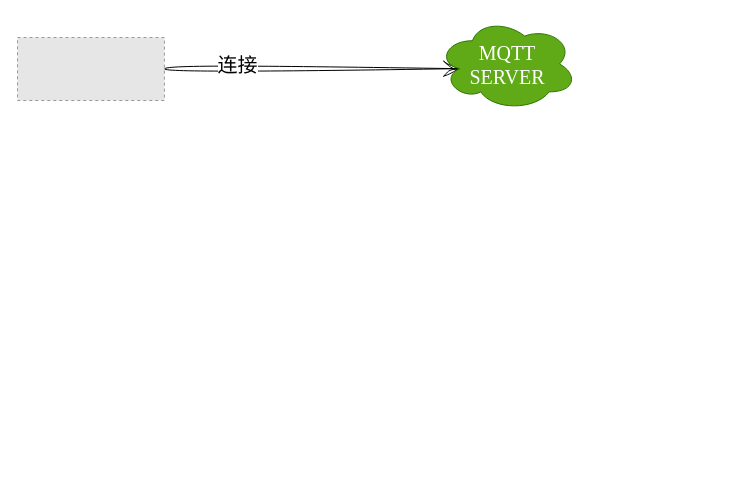
raingnight/Blog_Pic keeps this draw.io diagram as page "第 1 页" (1 of 3) of drawio/mqtt-auth.drawio. Above is the earlier version. Source tidied: cells renumbered, new cells numbered last; positions are measured from the earlier drawing's top-left corner, leaving out a move shared by most shapes. Both pictures are drawn from the tidied source at 100%, with x=0, y=0 at pixel (17, 17). Pictures stored in the file or linked from it are replaced by grey dashed boxes.
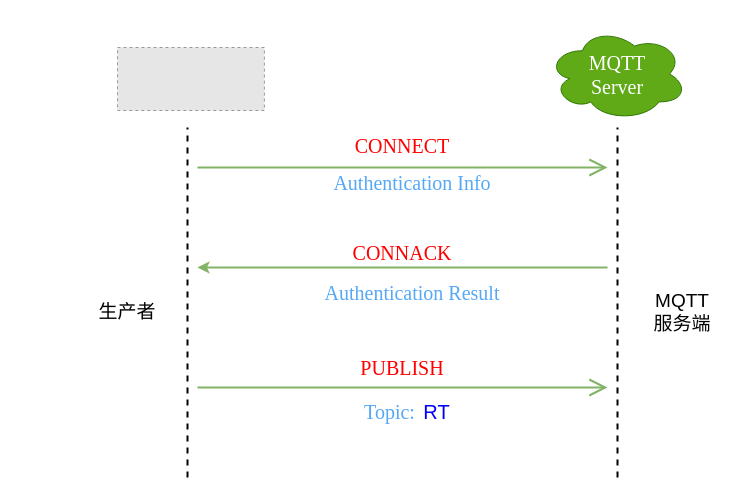
The same page after the edit.

Change to the diagram source:
```diff
@@
-    <mxCell id="2" style="edgeStyle=none;curved=1;rounded=0;sketch=1;hachureGap=4;jiggle=2;curveFitting=1;jettySize=auto;html=1;exitX=1;exitY=0.5;exitDx=0;exitDy=0;entryX=0.16;entryY=0.55;entryDx=0;entryDy=0;entryPerimeter=0;fontFamily=Times New Roman;fontSize=16;endArrow=open;startSize=14;endSize=14;sourcePerimeterSpacing=8;targetPerimeterSpacing=8;" parent="1" edge="1" source="4" target="5">
-      <mxGeometry relative="1" as="geometry" />
+    <mxCell id="2" style="edgeStyle=none;curved=1;rounded=0;hachureGap=4;orthogonalLoop=1;jettySize=auto;html=1;fontFamily=Times New Roman;fontSize=16;endArrow=open;startSize=14;endSize=14;sourcePerimeterSpacing=8;targetPerimeterSpacing=8;strokeWidth=2;fillColor=#d5e8d4;strokeColor=#82b366;" parent="1" edge="1">
+      <mxGeometry relative="1" as="geometry">
+        <mxPoint x="180" y="150" as="sourcePoint" />
+        <mxPoint x="590" y="150" as="targetPoint" />
+      </mxGeometry>
     </mxCell>
-    <mxCell id="3" value="连接" style="edgeLabel;html=1;align=center;verticalAlign=middle;fontSize=20;fontFamily=Times New Roman;" parent="2" vertex="1">
-      <mxGeometry x="-0.79" y="-2" relative="1" as="geometry">
-        <mxPoint x="42" y="-7" as="offset" />
-      </mxGeometry>
-    </mxCell>
     <mxCell id="4" style="fillColor=#E6E6E6;strokeColor=#999999;dashed=1;verticalLabelPosition=bottom;verticalAlign=top;fontFamily=Architects Daughter;fontSize=20;" parent="1" vertex="1">
-      <mxGeometry y="20" width="146.9" height="63" as="geometry" />
+      <mxGeometry x="100" y="30" width="146.9" height="63" as="geometry" />
     </mxCell>
-    <mxCell id="5" value="MQTT&lt;br&gt;SERVER" style="ellipse;shape=cloud;whiteSpace=wrap;html=1;hachureGap=4;fontFamily=Times New Roman;fontSize=20;fillColor=#60a917;strokeColor=#2D7600;fontColor=#ffffff;" parent="1" vertex="1">
-      <mxGeometry x="420" width="139.5" height="93" as="geometry" />
+    <mxCell id="5" value="MQTT&lt;br&gt;Server" style="ellipse;shape=cloud;whiteSpace=wrap;html=1;hachureGap=4;fontFamily=Times New Roman;fontSize=20;fillColor=#60a917;strokeColor=#2D7600;fontColor=#ffffff;" parent="1" vertex="1">
+      <mxGeometry x="530" y="10" width="139.5" height="93" as="geometry" />
     </mxCell>
+    <mxCell id="6" style="endArrow=none;dashed=1;html=1;rounded=0;sketch=0;strokeWidth=2;" parent="1" edge="1">
+      <mxGeometry relative="1" as="geometry">
+        <mxPoint x="170" y="460" as="sourcePoint" />
+        <mxPoint x="170" y="110" as="targetPoint" />
+      </mxGeometry>
+    </mxCell>
+    <mxCell id="7" style="endArrow=none;dashed=1;html=1;rounded=0;sketch=0;strokeWidth=2;" parent="1" edge="1">
+      <mxGeometry relative="1" as="geometry">
+        <mxPoint x="600" y="460" as="sourcePoint" />
+        <mxPoint x="600" y="110" as="targetPoint" />
+      </mxGeometry>
+    </mxCell>
+    <mxCell id="8" style="endArrow=classic;html=1;rounded=0;sketch=0;strokeWidth=2;fillColor=#d5e8d4;strokeColor=#82b366;" parent="1" edge="1">
+      <mxGeometry relative="1" as="geometry">
+        <mxPoint x="590" y="250" as="sourcePoint" />
+        <mxPoint x="180" y="250" as="targetPoint" />
+      </mxGeometry>
+    </mxCell>
+    <mxCell id="9" value="&lt;div style=&quot;text-align: center;&quot;&gt;&lt;font face=&quot;Times New Roman&quot;&gt;&lt;span style=&quot;font-size: 20px; background-color: rgb(255, 255, 255);&quot;&gt;CONNACK&lt;/span&gt;&lt;/font&gt;&lt;/div&gt;" style="text;whiteSpace=wrap;html=1;fontSize=20;fontFamily=Times New Roman;align=center;verticalAlign=middle;fontColor=#FF0000;labelBackgroundColor=default;" parent="1" vertex="1">
+      <mxGeometry x="340" y="210" width="90" height="50" as="geometry" />
+    </mxCell>
+    <mxCell id="10" value="Authentication Result" style="text;html=1;strokeColor=none;fillColor=none;align=center;verticalAlign=middle;whiteSpace=wrap;rounded=0;fontSize=20;fontFamily=Times New Roman;labelBackgroundColor=default;fontColor=#56a8f5;" parent="1" vertex="1">
+      <mxGeometry x="300" y="260" width="190" height="30" as="geometry" />
+    </mxCell>
+    <mxCell id="11" value="生产者" style="text;html=1;strokeColor=none;fillColor=none;align=center;verticalAlign=middle;whiteSpace=wrap;rounded=0;fontSize=19;" parent="1" vertex="1">
+      <mxGeometry x="80" y="280" width="60" height="30" as="geometry" />
+    </mxCell>
+    <mxCell id="12" value="MQTT&lt;br&gt;服务端" style="text;html=1;strokeColor=none;fillColor=none;align=center;verticalAlign=middle;whiteSpace=wrap;rounded=0;fontSize=19;" parent="1" vertex="1">
+      <mxGeometry x="620" y="280" width="90" height="30" as="geometry" />
+    </mxCell>
+    <mxCell id="13" value="Authentication Info" style="text;html=1;strokeColor=none;fillColor=none;align=center;verticalAlign=middle;whiteSpace=wrap;rounded=0;fontSize=20;fontFamily=Times New Roman;labelBackgroundColor=default;fontColor=#56a8f5;" parent="1" vertex="1">
+      <mxGeometry x="300" y="150" width="190" height="30" as="geometry" />
+    </mxCell>
+    <mxCell id="14" style="edgeStyle=none;curved=1;rounded=0;hachureGap=4;orthogonalLoop=1;jettySize=auto;html=1;fontFamily=Times New Roman;fontSize=16;endArrow=open;startSize=14;endSize=14;sourcePerimeterSpacing=8;targetPerimeterSpacing=8;strokeWidth=2;fillColor=#d5e8d4;strokeColor=#82b366;" parent="1" edge="1">
+      <mxGeometry relative="1" as="geometry">
+        <mxPoint x="180" y="370" as="sourcePoint" />
+        <mxPoint x="590" y="370" as="targetPoint" />
+      </mxGeometry>
+    </mxCell>
+    <mxCell id="15" value="&lt;div style=&quot;text-align: center;&quot;&gt;&lt;font size=&quot;1&quot; face=&quot;Times New Roman&quot;&gt;&lt;span style=&quot;background-color: rgb(255, 255, 255); font-size: 20px;&quot;&gt;PUBLISH&lt;/span&gt;&lt;/font&gt;&lt;/div&gt;" style="text;whiteSpace=wrap;html=1;fontSize=20;fontFamily=Times New Roman;align=center;verticalAlign=middle;fontColor=#FF0000;labelBackgroundColor=default;" parent="1" vertex="1">
+      <mxGeometry x="270" y="325" width="230" height="50" as="geometry" />
+    </mxCell>
+    <mxCell id="16" value="&lt;div style=&quot;text-align: center;&quot;&gt;&lt;font face=&quot;Times New Roman&quot;&gt;&lt;span style=&quot;font-size: 20px; background-color: rgb(255, 255, 255);&quot;&gt;CONNECT&lt;/span&gt;&lt;/font&gt;&lt;/div&gt;" style="text;whiteSpace=wrap;html=1;fontSize=20;fontFamily=Times New Roman;align=center;verticalAlign=middle;fontColor=#FF0000;labelBackgroundColor=default;" parent="1" vertex="1">
+      <mxGeometry x="340" y="103" width="90" height="50" as="geometry" />
+    </mxCell>
+    <mxCell id="17" value="Topic:&amp;nbsp;" style="text;html=1;strokeColor=none;fillColor=none;align=center;verticalAlign=middle;whiteSpace=wrap;rounded=0;fontSize=20;fontFamily=Times New Roman;labelBackgroundColor=default;fontColor=#56a8f5;" parent="1" vertex="1">
+      <mxGeometry x="343" y="379" width="64" height="30" as="geometry" />
+    </mxCell>
+    <mxCell id="18" value="RT" style="text;html=1;strokeColor=none;fillColor=none;align=center;verticalAlign=middle;whiteSpace=wrap;rounded=0;fontSize=20;fontColor=#0000fa;" parent="1" vertex="1">
+      <mxGeometry x="362" y="379" width="115" height="30" as="geometry" />
+    </mxCell>
```
